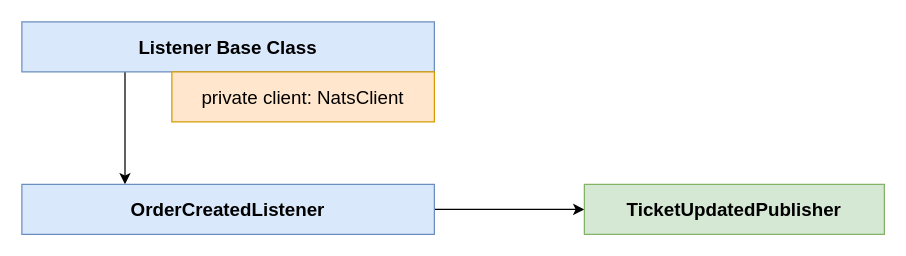
This is page "14 - updated" (14 of 16) of diagrams/08/04.drawio from HappySuzuki/microservices-cast, a draw.io file, before an edit. Source tidied: cells renumbered, new cells numbered last; positions are measured from the earlier drawing's top-left corner, leaving out a move shared by most shapes. Both pictures are drawn from the tidied source at 125%, with x=0, y=0 at pixel (21, 21).
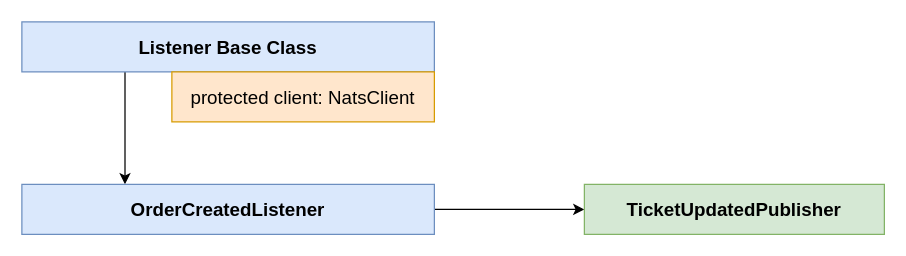
After the change.

The edit, as a diff of the source:
```diff
@@
 <mxGraphModel>
   <root>
     <mxCell id="0" />
     <mxCell id="1" parent="0" />
     <mxCell id="2" style="edgeStyle=orthogonalEdgeStyle;rounded=0;jettySize=auto;html=1;exitX=0.25;exitY=1;exitDx=0;exitDy=0;entryX=0.25;entryY=0;entryDx=0;entryDy=0;strokeWidth=1;fontSize=15;" parent="1" edge="1" source="3" target="6">
       <mxGeometry relative="1" as="geometry" />
     </mxCell>
     <mxCell id="3" value="Listener Base Class" style="rounded=0;whiteSpace=wrap;html=1;fontSize=15;align=center;fontStyle=1;fillColor=#dae8fc;strokeColor=#6c8ebf;" parent="1" vertex="1">
       <mxGeometry width="330" height="40" as="geometry" />
     </mxCell>
-    <mxCell id="4" value="private client: NatsClient" style="rounded=0;whiteSpace=wrap;html=1;fontSize=15;align=center;fontStyle=0;fillColor=#ffe6cc;strokeColor=#d79b00;" parent="1" vertex="1">
+    <mxCell id="4" value="protected client: NatsClient" style="rounded=0;whiteSpace=wrap;html=1;fontSize=15;align=center;fontStyle=0;fillColor=#ffe6cc;strokeColor=#d79b00;" parent="1" vertex="1">
       <mxGeometry x="120" y="40" width="210" height="40" as="geometry" />
     </mxCell>
     <mxCell id="5" style="edgeStyle=orthogonalEdgeStyle;rounded=0;jettySize=auto;html=1;exitX=1;exitY=0.5;exitDx=0;exitDy=0;strokeWidth=1;fontSize=15;" parent="1" edge="1" source="6" target="7">
       <mxGeometry relative="1" as="geometry" />
     </mxCell>
     <mxCell id="6" value="OrderCreatedListener" style="rounded=0;whiteSpace=wrap;html=1;fontSize=15;align=center;fontStyle=1;fillColor=#dae8fc;strokeColor=#6c8ebf;" parent="1" vertex="1">
       <mxGeometry y="130" width="330" height="40" as="geometry" />
     </mxCell>
     <mxCell id="7" value="TicketUpdatedPublisher" style="rounded=0;whiteSpace=wrap;html=1;fontSize=15;align=center;fontStyle=1;fillColor=#d5e8d4;strokeColor=#82b366;" parent="1" vertex="1">
       <mxGeometry x="450" y="130" width="240" height="40" as="geometry" />
     </mxCell>
   </root>
 </mxGraphModel>
```
